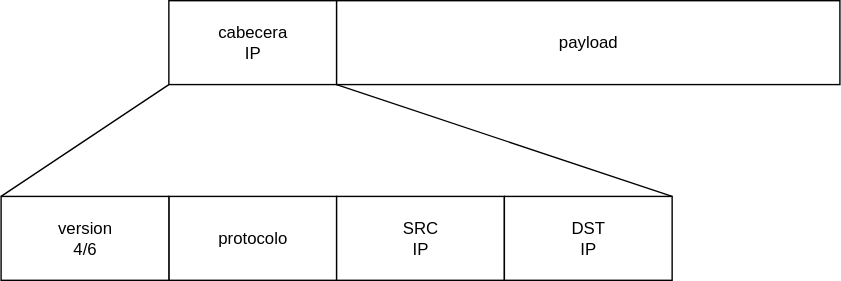
Before: DAW/DPL/T01/Assets/Diagrams/Exported/Datagrama_IP.drawio.svg, a diagram exported from draw.io (FJrodafo/University). Source tidied: cells renumbered, new cells last; positions are measured from the earlier drawing's top-left corner, leaving out a move shared by most shapes.
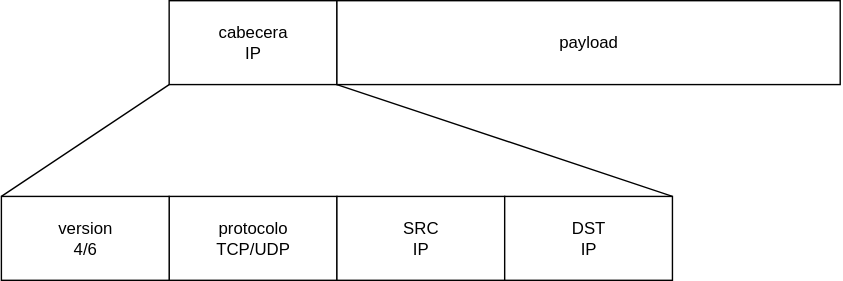
The same file after the commit.

What changed in the source:
```diff
@@ -17,9 +17,9 @@
     <mxCell id="6" value="payload" style="rounded=0;whiteSpace=wrap;html=1;fontColor=light-dark(#000000,#FFFF00);" parent="2" vertex="1">
       <mxGeometry x="240" width="360" height="60" as="geometry" />
     </mxCell>
-    <mxCell id="7" value="protocolo" style="rounded=0;whiteSpace=wrap;html=1;fontColor=light-dark(#000000,#FF0000);" parent="2" vertex="1">
-      <mxGeometry x="120" y="140" width="120" height="60" as="geometry" />
-    </mxCell>
+    <mxCell id="11" value="&lt;div&gt;protocolo&lt;/div&gt;TCP/UDP" style="rounded=0;whiteSpace=wrap;html=1;fontColor=light-dark(#000000,#FF0000);" parent="2" vertex="1">
+      <mxGeometry x="120" y="140" width="120" height="60" as="geometry" />
+    </mxCell>
     <mxCell id="8" value="&lt;div&gt;version&lt;/div&gt;&lt;div&gt;4/6&lt;/div&gt;" style="rounded=0;whiteSpace=wrap;html=1;fontColor=light-dark(#000000,#00FF00);" parent="2" vertex="1">
       <mxGeometry y="140" width="120" height="60" as="geometry" />
     </mxCell>
```
